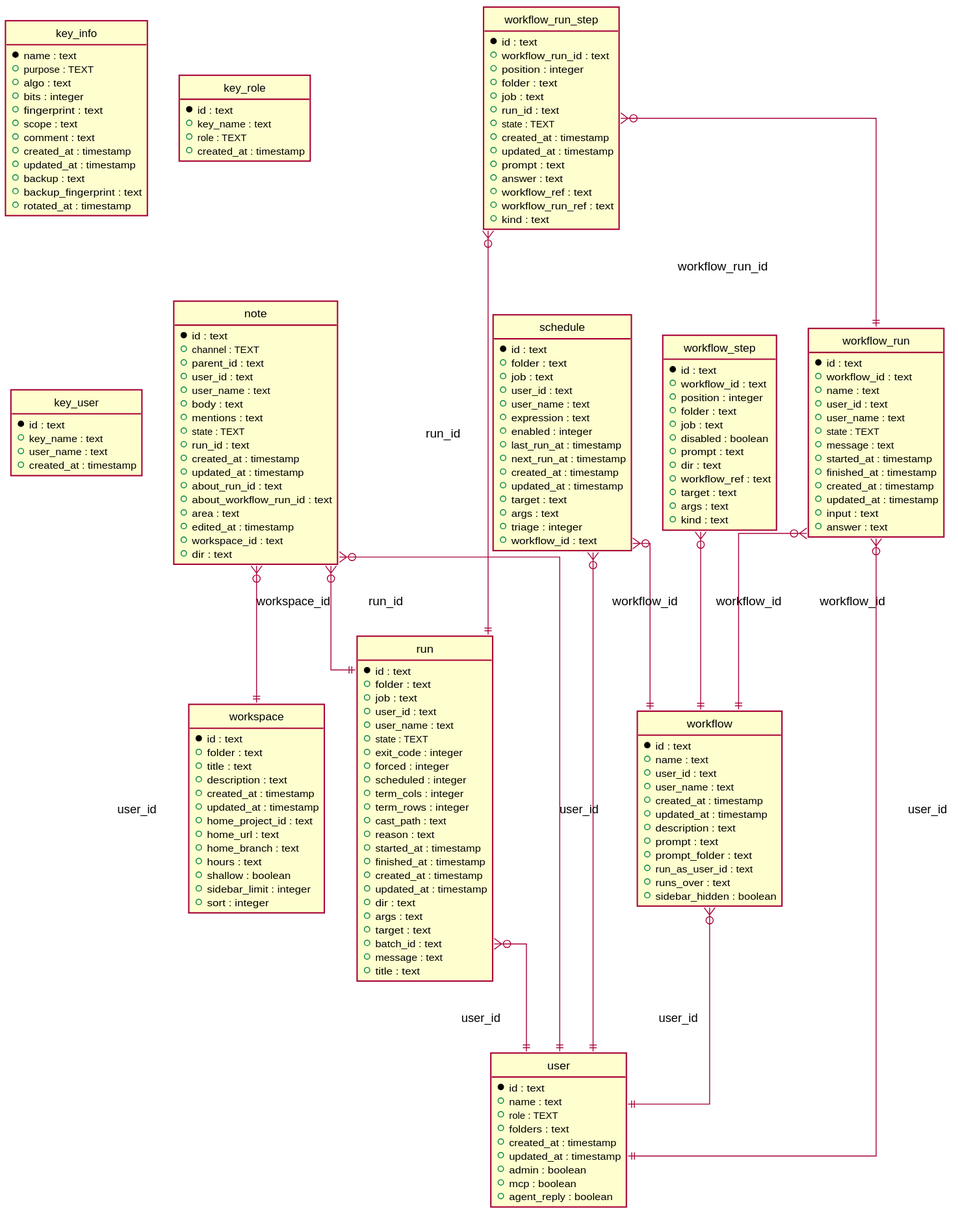
titpetric/task-ui keeps this PlantUML diagram as phpfront/app/modules/workflows/schema.svg. Above is the earlier version.
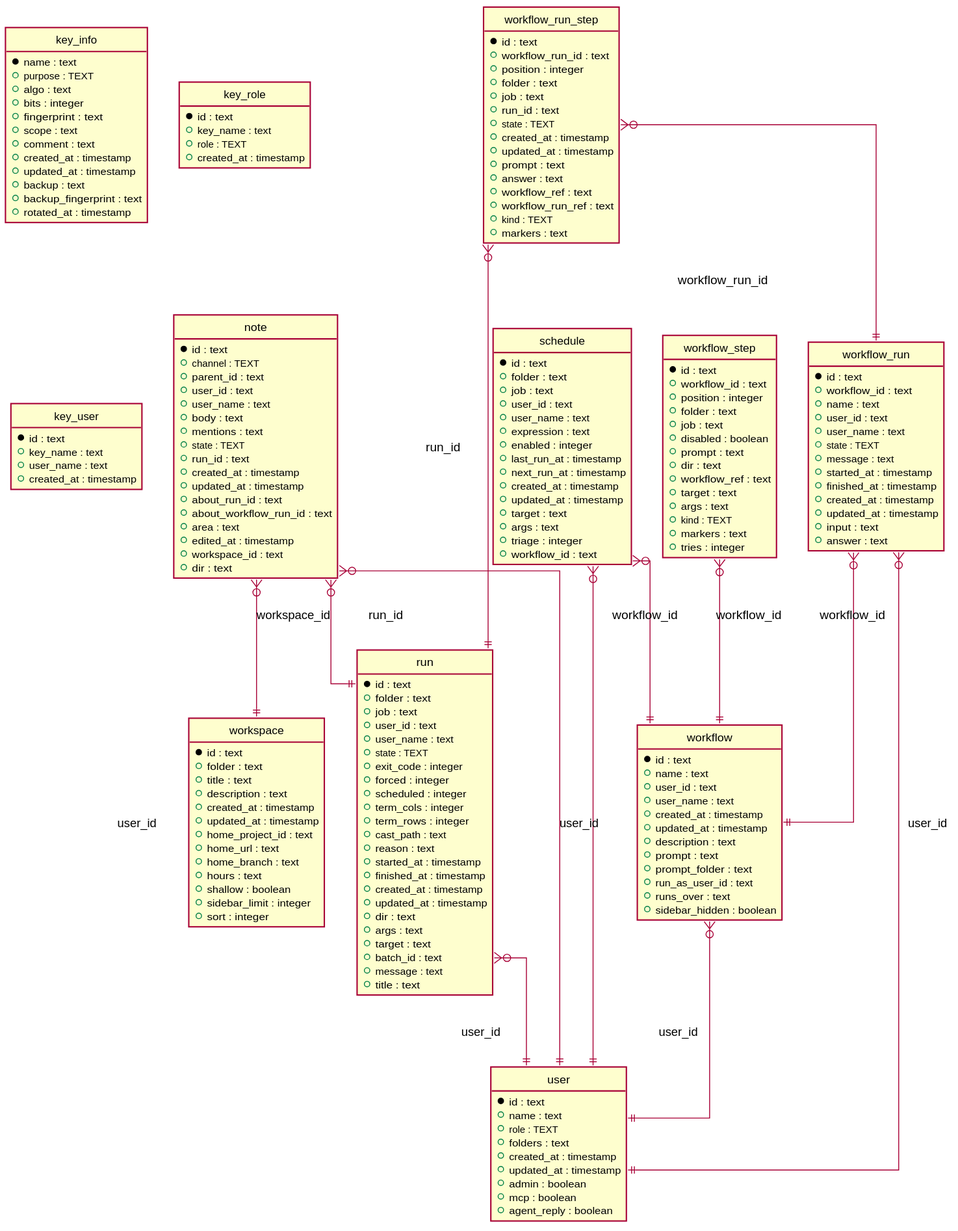
Above is the later version.

Diff of the diagram source:
```diff
@@ -154,7 +154,8 @@
   + answer : text
   + workflow_ref : text
   + workflow_run_ref : text
-  + kind : text
+  + kind : TEXT
+  + markers : text
 }
 
 entity "workflow_step" {
@@ -169,7 +170,9 @@
   + workflow_ref : text
   + target : text
   + args : text
-  + kind : text
+  + kind : TEXT
+  + markers : text
+  + tries : integer
 }
 
 entity "workspace" {
```
